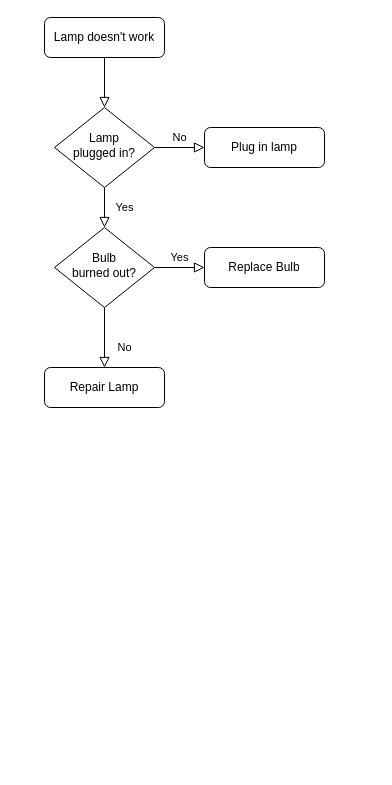
Earlier version of the draw.io diagram Untitled Diagram.drawio (Fansa2000/markdown-portfolio). Source tidied: cells renumbered, new cells numbered last; positions are measured from the earlier drawing's top-left corner, leaving out a move shared by most shapes. Both pictures are drawn from the tidied source at 100%, with x=0, y=0 at pixel (44, 17).
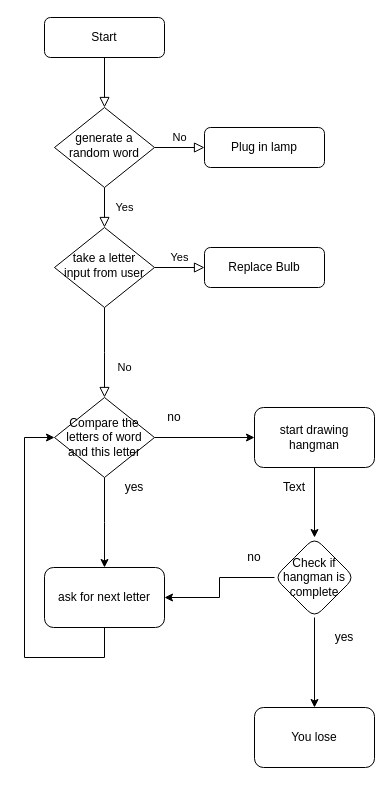
After the change.

Diff of the diagram source:
```diff
@@
-    <mxCell id="3" value="Lamp doesn't work" style="rounded=1;whiteSpace=wrap;html=1;fontSize=12;glass=0;strokeWidth=1;shadow=0;" parent="1" vertex="1">
+    <mxCell id="3" value="Start" style="rounded=1;whiteSpace=wrap;html=1;fontSize=12;glass=0;strokeWidth=1;shadow=0;" parent="1" vertex="1">
       <mxGeometry width="120" height="40" as="geometry" />
     </mxCell>
@@
-    <mxCell id="6" value="Lamp&lt;br&gt;plugged in?" style="rhombus;whiteSpace=wrap;html=1;shadow=0;fontFamily=Helvetica;fontSize=12;align=center;strokeWidth=1;spacing=6;spacingTop=-4;" parent="1" vertex="1">
+    <mxCell id="6" value="generate a random word" style="rhombus;whiteSpace=wrap;html=1;shadow=0;fontFamily=Helvetica;fontSize=12;align=center;strokeWidth=1;spacing=6;spacingTop=-4;" parent="1" vertex="1">
       <mxGeometry x="10" y="90" width="100" height="80" as="geometry" />
     </mxCell>
@@
-    <mxCell id="8" value="No" style="rounded=0;html=1;jettySize=auto;fontSize=11;endArrow=block;endFill=0;endSize=8;strokeWidth=1;shadow=0;labelBackgroundColor=none;edgeStyle=orthogonalEdgeStyle;" parent="1" edge="1" source="10" target="11">
-      <mxGeometry x="0.33" y="20" relative="1" as="geometry" />
+    <mxCell id="8" value="No" style="rounded=0;html=1;jettySize=auto;fontSize=11;endArrow=block;endFill=0;endSize=8;strokeWidth=1;shadow=0;labelBackgroundColor=none;edgeStyle=orthogonalEdgeStyle;" parent="1" edge="1" source="10">
+      <mxGeometry x="0.33" y="20" relative="1" as="geometry">
+        <mxPoint x="60" y="380" as="targetPoint" />
+      </mxGeometry>
     </mxCell>
@@
-    <mxCell id="10" value="Bulb&lt;br&gt;burned out?" style="rhombus;whiteSpace=wrap;html=1;shadow=0;fontFamily=Helvetica;fontSize=12;align=center;strokeWidth=1;spacing=6;spacingTop=-4;" parent="1" vertex="1">
+    <mxCell id="10" value="take a letter input from user" style="rhombus;whiteSpace=wrap;html=1;shadow=0;fontFamily=Helvetica;fontSize=12;align=center;strokeWidth=1;spacing=6;spacingTop=-4;" parent="1" vertex="1">
       <mxGeometry x="10" y="210" width="100" height="80" as="geometry" />
     </mxCell>
-    <mxCell id="11" value="Repair Lamp" style="rounded=1;whiteSpace=wrap;html=1;fontSize=12;glass=0;strokeWidth=1;shadow=0;" parent="1" vertex="1">
-      <mxGeometry y="350" width="120" height="40" as="geometry" />
-    </mxCell>
@@
+    <mxCell id="13" style="edgeStyle=orthogonalEdgeStyle;rounded=0;jettySize=auto;html=1;" parent="1" edge="1" source="15">
+      <mxGeometry relative="1" as="geometry">
+        <mxPoint x="60" y="550" as="targetPoint" />
+      </mxGeometry>
+    </mxCell>
+    <mxCell id="14" style="edgeStyle=orthogonalEdgeStyle;rounded=0;jettySize=auto;html=1;" parent="1" edge="1" source="15" target="19">
+      <mxGeometry relative="1" as="geometry" />
+    </mxCell>
+    <mxCell id="15" value="Compare the letters of word and this letter" style="rhombus;whiteSpace=wrap;html=1;" parent="1" vertex="1">
+      <mxGeometry x="10" y="380" width="100" height="80" as="geometry" />
+    </mxCell>
+    <mxCell id="16" style="edgeStyle=orthogonalEdgeStyle;rounded=0;jettySize=auto;html=1;entryX=0;entryY=0.5;entryDx=0;entryDy=0;" parent="1" edge="1" source="17" target="15">
+      <mxGeometry relative="1" as="geometry">
+        <Array as="points">
+          <mxPoint x="60" y="640" />
+          <mxPoint x="-20" y="640" />
+          <mxPoint x="-20" y="420" />
+        </Array>
+      </mxGeometry>
+    </mxCell>
+    <mxCell id="17" value="ask for next letter" style="rounded=1;whiteSpace=wrap;html=1;" parent="1" vertex="1">
+      <mxGeometry y="550" width="120" height="60" as="geometry" />
+    </mxCell>
+    <mxCell id="18" style="edgeStyle=orthogonalEdgeStyle;rounded=0;jettySize=auto;html=1;" parent="1" edge="1" source="19" target="22">
+      <mxGeometry relative="1" as="geometry" />
+    </mxCell>
+    <mxCell id="19" value="start drawing hangman" style="rounded=1;whiteSpace=wrap;html=1;" parent="1" vertex="1">
+      <mxGeometry x="210" y="390" width="120" height="60" as="geometry" />
+    </mxCell>
+    <mxCell id="20" style="edgeStyle=orthogonalEdgeStyle;rounded=0;jettySize=auto;html=1;" parent="1" edge="1" source="22" target="23">
+      <mxGeometry relative="1" as="geometry" />
+    </mxCell>
+    <mxCell id="21" style="edgeStyle=orthogonalEdgeStyle;rounded=0;jettySize=auto;html=1;" parent="1" edge="1" source="22" target="17">
+      <mxGeometry relative="1" as="geometry" />
+    </mxCell>
+    <mxCell id="22" value="Check if hangman is complete" style="rhombus;whiteSpace=wrap;html=1;rounded=1;" parent="1" vertex="1">
+      <mxGeometry x="230" y="520" width="80" height="80" as="geometry" />
+    </mxCell>
+    <mxCell id="23" value="You lose" style="whiteSpace=wrap;html=1;rounded=1;" parent="1" vertex="1">
+      <mxGeometry x="210" y="690" width="120" height="60" as="geometry" />
+    </mxCell>
+    <mxCell id="24" value="yes" style="text;html=1;strokeColor=none;fillColor=none;align=center;verticalAlign=middle;whiteSpace=wrap;rounded=0;" parent="1" vertex="1">
+      <mxGeometry x="280" y="610" width="40" height="20" as="geometry" />
+    </mxCell>
+    <mxCell id="25" value="no" style="text;html=1;strokeColor=none;fillColor=none;align=center;verticalAlign=middle;whiteSpace=wrap;rounded=0;" parent="1" vertex="1">
+      <mxGeometry x="190" y="530" width="40" height="20" as="geometry" />
+    </mxCell>
+    <mxCell id="26" value="yes" style="text;html=1;strokeColor=none;fillColor=none;align=center;verticalAlign=middle;whiteSpace=wrap;rounded=0;" parent="1" vertex="1">
+      <mxGeometry x="70" y="460" width="40" height="20" as="geometry" />
+    </mxCell>
+    <mxCell id="27" value="Text" style="text;html=1;strokeColor=none;fillColor=none;align=center;verticalAlign=middle;whiteSpace=wrap;rounded=0;" parent="1" vertex="1">
+      <mxGeometry x="230" y="460" width="40" height="20" as="geometry" />
+    </mxCell>
+    <mxCell id="28" value="no" style="text;html=1;strokeColor=none;fillColor=none;align=center;verticalAlign=middle;whiteSpace=wrap;rounded=0;" parent="1" vertex="1">
+      <mxGeometry x="110" y="390" width="40" height="20" as="geometry" />
+    </mxCell>
```
